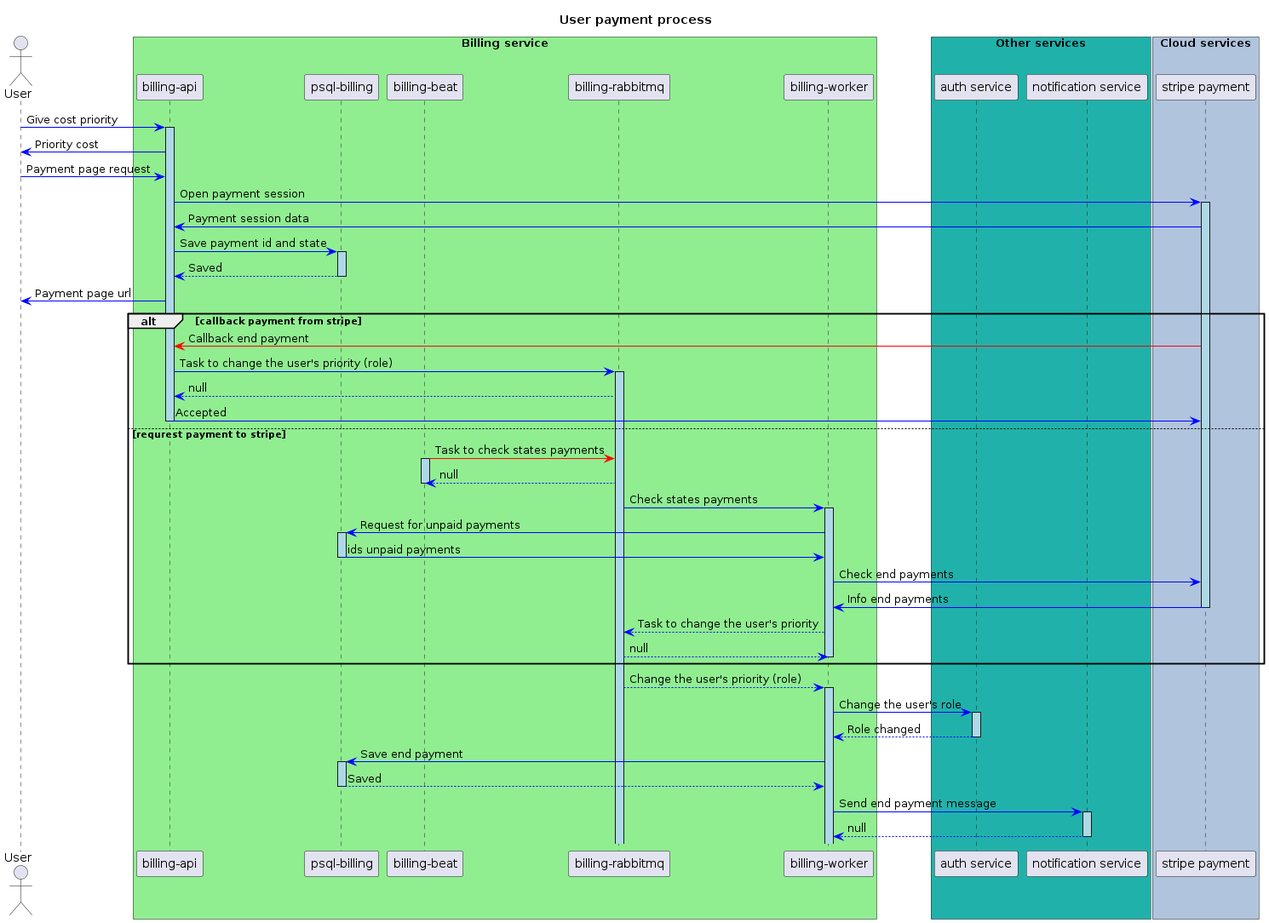
AlexeyBely/graduate_work keeps this PlantUML diagram as scheme/billing_sequence_schema.png. Above is the earlier version. The source it was exported from:
```plantuml
@startuml billing_sequence_schema
title User payment process
skinparam componentStyle uml2

actor User as user
participant "billing-api" as api
participant "psql-billing" as psql
participant "billing-beat" as beat
participant "billing-rabbitmq" as rabbitmq
participant "billing-worker" as worker
participant "auth service" as auth
participant "notification service" as notify
participant "stripe payment" as stripe

box "Billing service" #LightGreen
	participant api
    participant psql
    participant beat
    participant rabbitmq
    participant worker
end box
box "Other services" #LightSeaGreen
	participant auth
    participant notify
end box
box "Cloud services" #LightSteelBlue
	participant stripe
end box


user [#blue]-> api : Give cost priority
activate api #LightBlue
user <-[#blue] api : Priority cost
user [#blue]-> api : Payment page request
api [#blue]-> stripe : Open payment session
activate stripe #LightBlue
stripe [#blue]-> api : Payment session data
api [#blue]-> psql : Save payment id and state
activate psql #LightBlue
api <-[#blue]- psql : Saved
deactivate psql
api [#blue]-> user : Payment page url

alt callback payment from stripe
    stripe [#red]-> api : Callback end payment
    api [#blue]-> rabbitmq : Task to change the user's priority (role)
    activate rabbitmq #LightBlue
    rabbitmq -[#blue]-> api : null
    api [#blue]-> stripe : Accepted
    deactivate api
else requrest payment to stripe
    beat [#red]-> rabbitmq : Task to check states payments
    activate beat #LightBlue
    rabbitmq -[#blue]-> beat : null
    deactivate beat
    rabbitmq [#blue]-> worker : Check states payments
    activate worker #LightBlue
    worker [#blue]-> psql : Request for unpaid payments
    activate psql #LightBlue
    psql [#blue]-> worker : ids unpaid payments
    deactivate psql
    worker [#blue]-> stripe : Check end payments
    stripe [#blue]-> worker : Info end payments
    deactivate stripe
    worker -[#blue]-> rabbitmq : Task to change the user's priority
    rabbitmq -[#blue]-> worker : null
    deactivate worker
end group

rabbitmq -[#blue]-> worker : Change the user's priority (role)
activate worker #LightBlue
worker [#blue]-> auth : Change the user's role
activate auth #LightBlue
auth -[#blue]-> worker : Role changed
deactivate auth
worker [#blue]-> psql : Save end payment
activate psql #LightBlue
worker <-[#blue]- psql : Saved
deactivate psql
worker [#blue]-> notify : Send end payment message
activate notify #LightBlue
notify -[#blue]-> worker : null
deactivate notify

@enduml
```
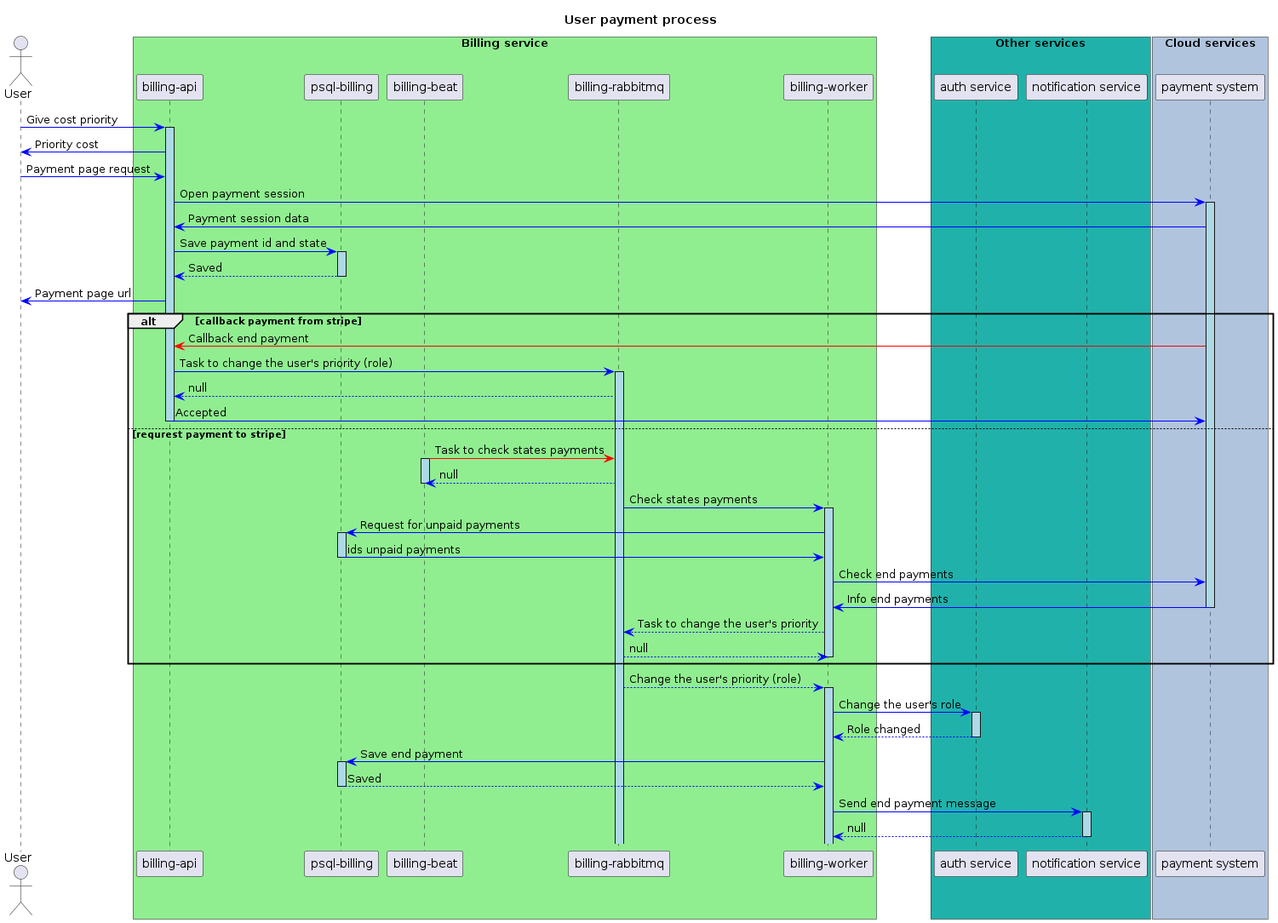
After the commit.

Change to the diagram source:
```diff
@@ -10,7 +10,7 @@
 participant "billing-worker" as worker
 participant "auth service" as auth
 participant "notification service" as notify
-participant "stripe payment" as stripe
+participant "payment system" as stripe
 
 box "Billing service" #LightGreen
 	participant api
```
